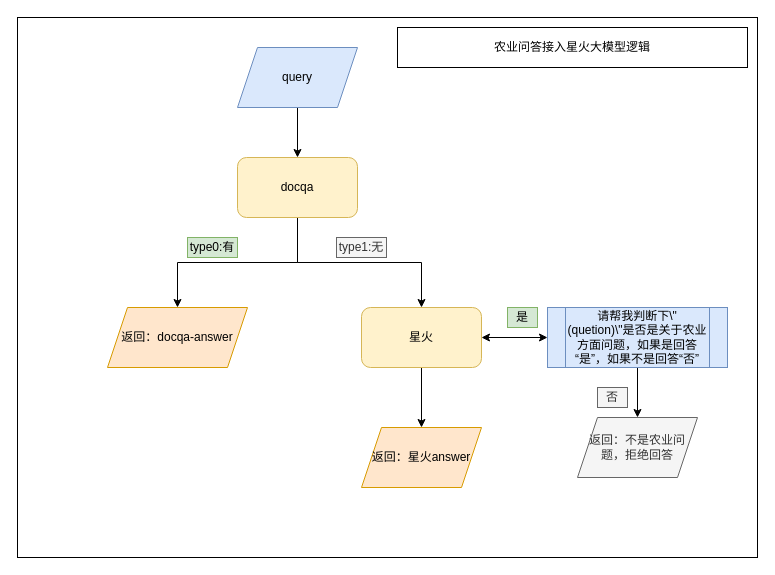
yzy1421/Amateur-women-basketball-in-China keeps this draw.io diagram as figure/damoxingweb.drawio. Above is the earlier version. Source tidied: cells renumbered, new cells numbered last; positions are measured from the earlier drawing's top-left corner, leaving out a move shared by most shapes. Both pictures are drawn from the tidied source at 100%, with x=0, y=0 at pixel (17, 17).
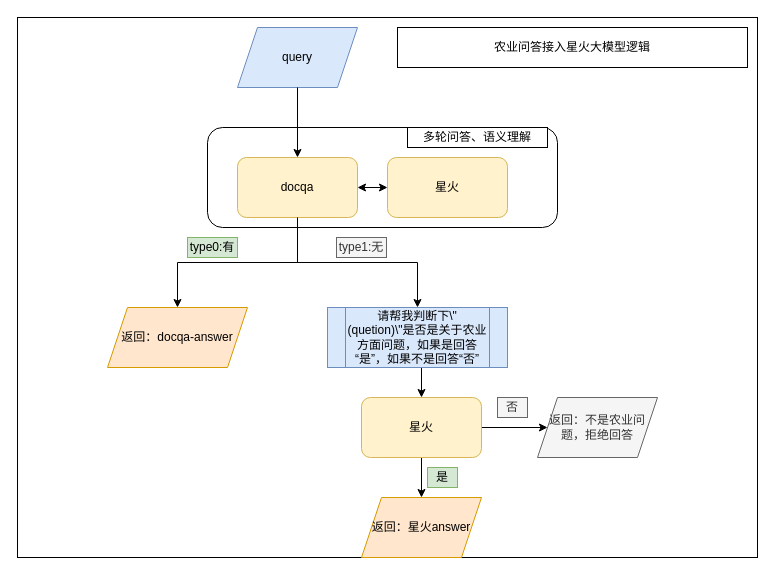
The same diagram, later.

Diff of the diagram source:
```diff
@@
-    <mxCell id="4" style="edgeStyle=orthogonalEdgeStyle;rounded=0;jettySize=auto;html=1;exitX=0.5;exitY=1;exitDx=0;exitDy=0;entryX=0.5;entryY=0;entryDx=0;entryDy=0;" parent="1" edge="1" source="5" target="12">
-      <mxGeometry relative="1" as="geometry" />
-    </mxCell>
-    <mxCell id="5" value="docqa" style="rounded=1;whiteSpace=wrap;html=1;fillColor=#fff2cc;strokeColor=#d6b656;" parent="1" vertex="1">
-      <mxGeometry x="220" y="140" width="120" height="60" as="geometry" />
-    </mxCell>
+    <mxCell id="21" style="edgeStyle=orthogonalEdgeStyle;rounded=0;jettySize=auto;html=1;exitX=1;exitY=0.5;exitDx=0;exitDy=0;entryX=0;entryY=0.5;entryDx=0;entryDy=0;endArrow=classic;endFill=1;startArrow=classic;startFill=1;" parent="1" edge="1" source="5" target="25">
+      <mxGeometry relative="1" as="geometry" />
+    </mxCell>
@@
-    <mxCell id="7" style="edgeStyle=orthogonalEdgeStyle;rounded=0;jettySize=auto;html=1;exitX=0.5;exitY=1;exitDx=0;exitDy=0;entryX=0.5;entryY=0;entryDx=0;entryDy=0;" parent="1" edge="1" source="8" target="5">
-      <mxGeometry relative="1" as="geometry" />
-    </mxCell>
     <mxCell id="8" value="query" style="shape=parallelogram;perimeter=parallelogramPerimeter;whiteSpace=wrap;html=1;fixedSize=1;fillColor=#dae8fc;strokeColor=#6c8ebf;" parent="1" vertex="1">
-      <mxGeometry x="220" y="30" width="120" height="60" as="geometry" />
+      <mxGeometry x="220" y="10" width="120" height="60" as="geometry" />
     </mxCell>
@@
-    <mxCell id="10" style="edgeStyle=orthogonalEdgeStyle;rounded=0;jettySize=auto;html=1;exitX=1;exitY=0.5;exitDx=0;exitDy=0;entryX=0;entryY=0.5;entryDx=0;entryDy=0;startArrow=classic;startFill=1;" parent="1" edge="1" source="12" target="15">
-      <mxGeometry relative="1" as="geometry" />
-    </mxCell>
@@
+    <mxCell id="22" style="edgeStyle=orthogonalEdgeStyle;rounded=0;jettySize=auto;html=1;exitX=1;exitY=0.5;exitDx=0;exitDy=0;entryX=0;entryY=0.5;entryDx=0;entryDy=0;" parent="1" edge="1" source="12" target="16">
+      <mxGeometry relative="1" as="geometry" />
+    </mxCell>
     <mxCell id="12" value="星火" style="rounded=1;whiteSpace=wrap;html=1;fillColor=#fff2cc;strokeColor=#d6b656;" parent="1" vertex="1">
-      <mxGeometry x="344" y="290" width="120" height="60" as="geometry" />
+      <mxGeometry x="344" y="380" width="120" height="60" as="geometry" />
     </mxCell>
@@
-    <mxCell id="14" style="edgeStyle=orthogonalEdgeStyle;rounded=0;jettySize=auto;html=1;exitX=0.5;exitY=1;exitDx=0;exitDy=0;" parent="1" edge="1" source="15" target="16">
-      <mxGeometry relative="1" as="geometry" />
-    </mxCell>
+    <mxCell id="23" style="edgeStyle=orthogonalEdgeStyle;rounded=0;jettySize=auto;html=1;exitX=0.5;exitY=1;exitDx=0;exitDy=0;entryX=0.5;entryY=0;entryDx=0;entryDy=0;" parent="1" edge="1" source="15" target="12">
+      <mxGeometry relative="1" as="geometry" />
+    </mxCell>
     <mxCell id="15" value="请帮我判断下\&quot;(quetion)\&quot;是否是关于农业方面问题，如果是回答“是”，如果不是回答“否”" style="shape=process;whiteSpace=wrap;html=1;backgroundOutline=1;fillColor=#dae8fc;strokeColor=#6c8ebf;" parent="1" vertex="1">
-      <mxGeometry x="530" y="290" width="180" height="60" as="geometry" />
+      <mxGeometry x="310" y="290" width="180" height="60" as="geometry" />
     </mxCell>
     <mxCell id="16" value="返回：不是农业问题，拒绝回答" style="shape=parallelogram;perimeter=parallelogramPerimeter;whiteSpace=wrap;html=1;fixedSize=1;fillColor=#f5f5f5;fontColor=#333333;strokeColor=#666666;" parent="1" vertex="1">
-      <mxGeometry x="560" y="400" width="120" height="60" as="geometry" />
+      <mxGeometry x="520" y="380" width="120" height="60" as="geometry" />
     </mxCell>
+    <mxCell id="24" style="rounded=1;whiteSpace=wrap;html=1;" parent="1" vertex="1">
+      <mxGeometry x="190" y="110" width="350" height="100" as="geometry" />
+    </mxCell>
     <mxCell id="17" value="是" style="rounded=0;whiteSpace=wrap;html=1;fillColor=#d5e8d4;strokeColor=#82b366;" parent="1" vertex="1">
-      <mxGeometry x="490" y="290" width="30" height="20" as="geometry" />
+      <mxGeometry x="410" y="450" width="30" height="20" as="geometry" />
     </mxCell>
     <mxCell id="18" value="否" style="rounded=0;whiteSpace=wrap;html=1;fillColor=#f5f5f5;fontColor=#333333;strokeColor=#666666;" parent="1" vertex="1">
-      <mxGeometry x="580" y="370" width="30" height="20" as="geometry" />
+      <mxGeometry x="480" y="380" width="30" height="20" as="geometry" />
     </mxCell>
     <mxCell id="19" value="返回：星火answer" style="shape=parallelogram;perimeter=parallelogramPerimeter;whiteSpace=wrap;html=1;fixedSize=1;fillColor=#ffe6cc;strokeColor=#d79b00;" parent="1" vertex="1">
-      <mxGeometry x="344" y="410" width="120" height="60" as="geometry" />
+      <mxGeometry x="344" y="480" width="120" height="60" as="geometry" />
     </mxCell>
@@
+    <mxCell id="25" value="星火" style="rounded=1;whiteSpace=wrap;html=1;fillColor=#fff2cc;strokeColor=#d6b656;" parent="1" vertex="1">
+      <mxGeometry x="370" y="140" width="120" height="60" as="geometry" />
+    </mxCell>
+    <mxCell id="26" style="edgeStyle=orthogonalEdgeStyle;rounded=0;jettySize=auto;html=1;exitX=1;exitY=0.5;exitDx=0;exitDy=0;entryX=0;entryY=0.5;entryDx=0;entryDy=0;startArrow=classic;startFill=1;" parent="1" edge="1" source="5" target="25">
+      <mxGeometry relative="1" as="geometry" />
+    </mxCell>
+    <mxCell id="5" value="docqa" style="rounded=1;whiteSpace=wrap;html=1;fillColor=#fff2cc;strokeColor=#d6b656;" parent="1" vertex="1">
+      <mxGeometry x="220" y="140" width="120" height="60" as="geometry" />
+    </mxCell>
+    <mxCell id="27" style="edgeStyle=orthogonalEdgeStyle;rounded=0;jettySize=auto;html=1;exitX=0.5;exitY=1;exitDx=0;exitDy=0;" parent="1" edge="1" source="5" target="15">
+      <mxGeometry relative="1" as="geometry" />
+    </mxCell>
+    <mxCell id="7" style="edgeStyle=orthogonalEdgeStyle;rounded=0;jettySize=auto;html=1;exitX=0.5;exitY=1;exitDx=0;exitDy=0;" parent="1" edge="1" source="8" target="5">
+      <mxGeometry relative="1" as="geometry" />
+    </mxCell>
+    <mxCell id="28" value="多轮问答、语义理解" style="rounded=0;whiteSpace=wrap;html=1;" parent="1" vertex="1">
+      <mxGeometry x="390" y="110" width="140" height="20" as="geometry" />
+    </mxCell>
```
